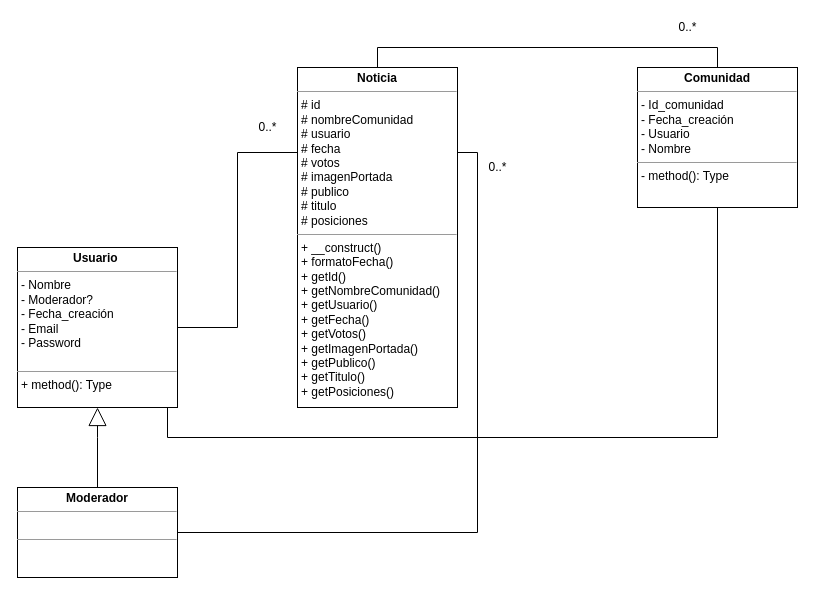
Tiinocm/ProyectoIntegrado keeps this draw.io diagram as diagramaClase.drawio. Above is the earlier version. Source tidied: cells renumbered, new cells numbered last; positions are measured from the earlier drawing's top-left corner, leaving out a move shared by most shapes. Both pictures are drawn from the tidied source at 100%, with x=0, y=0 at pixel (17, 17).
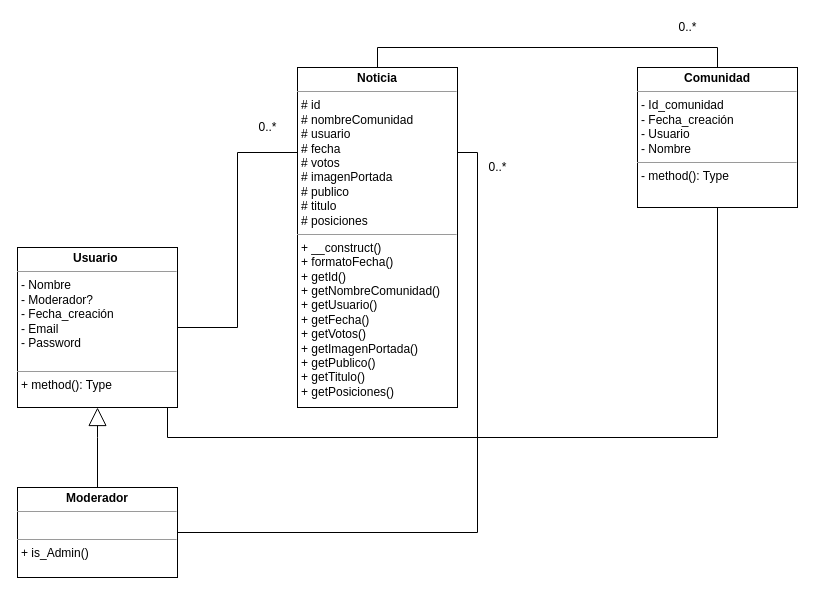
Above is the later version.

Commit message:
Actualizado esquema de clases

Diff of the diagram source:
```diff
@@
 <mxGraphModel>
   <root>
     <mxCell id="0" />
     <mxCell id="1" parent="0" />
     <mxCell id="2" style="edgeStyle=orthogonalEdgeStyle;rounded=0;jettySize=auto;html=1;exitX=1;exitY=0.25;exitDx=0;exitDy=0;endArrow=none;endFill=0;entryX=1;entryY=0.5;entryDx=0;entryDy=0;" parent="1" edge="1" source="3" target="9">
       <mxGeometry relative="1" as="geometry" />
     </mxCell>
     <mxCell id="3" value="&lt;p style=&quot;margin: 0px ; margin-top: 4px ; text-align: center&quot;&gt;&lt;b&gt;Noticia&lt;/b&gt;&lt;/p&gt;&lt;hr size=&quot;1&quot;&gt;&lt;p style=&quot;margin: 0px ; margin-left: 4px&quot;&gt;# id&lt;br&gt;&lt;/p&gt;&lt;p style=&quot;margin: 0px ; margin-left: 4px&quot;&gt;# nombreComunidad&lt;br&gt;&lt;/p&gt;&lt;p style=&quot;margin: 0px ; margin-left: 4px&quot;&gt;# usuario&lt;br&gt;&lt;/p&gt;&lt;p style=&quot;margin: 0px ; margin-left: 4px&quot;&gt;# fecha&lt;br&gt;&lt;/p&gt;&lt;p style=&quot;margin: 0px ; margin-left: 4px&quot;&gt;# votos&lt;br&gt;&lt;/p&gt;&lt;p style=&quot;margin: 0px ; margin-left: 4px&quot;&gt;# imagenPortada&lt;br&gt;&lt;/p&gt;&lt;p style=&quot;margin: 0px ; margin-left: 4px&quot;&gt;# publico&lt;br&gt;&lt;/p&gt;&lt;p style=&quot;margin: 0px ; margin-left: 4px&quot;&gt;# titulo&lt;br&gt;&lt;/p&gt;&lt;p style=&quot;margin: 0px ; margin-left: 4px&quot;&gt;# posiciones&lt;br&gt;&lt;/p&gt;&lt;hr size=&quot;1&quot;&gt;&lt;p style=&quot;margin: 0px ; margin-left: 4px&quot;&gt;+ __construct()&lt;/p&gt;&lt;p style=&quot;margin: 0px ; margin-left: 4px&quot;&gt;+ formatoFecha()&lt;/p&gt;&lt;p style=&quot;margin: 0px ; margin-left: 4px&quot;&gt;+ getId()&lt;/p&gt;&lt;p style=&quot;margin: 0px ; margin-left: 4px&quot;&gt;+ getNombreComunidad()&lt;/p&gt;&lt;p style=&quot;margin: 0px ; margin-left: 4px&quot;&gt;+ getUsuario()&lt;/p&gt;&lt;p style=&quot;margin: 0px ; margin-left: 4px&quot;&gt;+ getFecha()&lt;/p&gt;&lt;p style=&quot;margin: 0px ; margin-left: 4px&quot;&gt;+ getVotos()&lt;/p&gt;&lt;p style=&quot;margin: 0px ; margin-left: 4px&quot;&gt;+ getImagenPortada()&lt;/p&gt;&lt;p style=&quot;margin: 0px ; margin-left: 4px&quot;&gt;+ getPublico()&lt;/p&gt;&lt;p style=&quot;margin: 0px ; margin-left: 4px&quot;&gt;+ getTitulo()&lt;/p&gt;&lt;p style=&quot;margin: 0px ; margin-left: 4px&quot;&gt;+ getPosiciones()&lt;/p&gt;" style="verticalAlign=top;align=left;overflow=fill;fontSize=12;fontFamily=Helvetica;html=1;" parent="1" vertex="1">
       <mxGeometry x="280" y="50" width="160" height="340" as="geometry" />
     </mxCell>
     <mxCell id="4" style="edgeStyle=orthogonalEdgeStyle;rounded=0;jettySize=auto;html=1;exitX=0.5;exitY=0;exitDx=0;exitDy=0;entryX=0.5;entryY=0;entryDx=0;entryDy=0;endArrow=none;endFill=0;" parent="1" edge="1" source="5" target="3">
       <mxGeometry relative="1" as="geometry" />
     </mxCell>
     <mxCell id="5" value="&lt;p style=&quot;margin:0px;margin-top:4px;text-align:center;&quot;&gt;&lt;b&gt;Comunidad&lt;/b&gt;&lt;/p&gt;&lt;hr size=&quot;1&quot;&gt;&lt;p style=&quot;margin:0px;margin-left:4px;&quot;&gt;- Id_comunidad&lt;/p&gt;&lt;p style=&quot;margin:0px;margin-left:4px;&quot;&gt;- Fecha_creación&lt;/p&gt;&lt;p style=&quot;margin:0px;margin-left:4px;&quot;&gt;- Usuario&amp;nbsp;&lt;/p&gt;&lt;p style=&quot;margin:0px;margin-left:4px;&quot;&gt;- Nombre&lt;/p&gt;&lt;hr size=&quot;1&quot;&gt;&lt;p style=&quot;margin:0px;margin-left:4px;&quot;&gt;- method(): Type&lt;/p&gt;" style="verticalAlign=top;align=left;overflow=fill;fontSize=12;fontFamily=Helvetica;html=1;" parent="1" vertex="1">
       <mxGeometry x="620" y="50" width="160" height="140" as="geometry" />
     </mxCell>
     <mxCell id="6" style="edgeStyle=orthogonalEdgeStyle;rounded=0;jettySize=auto;html=1;exitX=1;exitY=0.5;exitDx=0;exitDy=0;entryX=0;entryY=0.25;entryDx=0;entryDy=0;endArrow=none;endFill=0;" parent="1" edge="1" source="8" target="3">
       <mxGeometry relative="1" as="geometry" />
     </mxCell>
     <mxCell id="7" style="edgeStyle=orthogonalEdgeStyle;rounded=0;jettySize=auto;html=1;exitX=1;exitY=0.75;exitDx=0;exitDy=0;entryX=0.5;entryY=1;entryDx=0;entryDy=0;endArrow=none;endFill=0;" parent="1" edge="1" source="8" target="5">
       <mxGeometry relative="1" as="geometry">
         <Array as="points">
           <mxPoint x="150" y="420" />
           <mxPoint x="700" y="420" />
         </Array>
       </mxGeometry>
     </mxCell>
     <mxCell id="8" value="&lt;p style=&quot;margin:0px;margin-top:4px;text-align:center;&quot;&gt;&lt;b&gt;Usuario&amp;nbsp;&lt;/b&gt;&lt;/p&gt;&lt;hr size=&quot;1&quot;&gt;&lt;p style=&quot;margin:0px;margin-left:4px;&quot;&gt;- Nombre&lt;/p&gt;&lt;p style=&quot;margin:0px;margin-left:4px;&quot;&gt;- Moderador?&lt;/p&gt;&lt;p style=&quot;margin:0px;margin-left:4px;&quot;&gt;- Fecha_creación&lt;/p&gt;&lt;p style=&quot;margin:0px;margin-left:4px;&quot;&gt;- Email&lt;/p&gt;&lt;p style=&quot;margin:0px;margin-left:4px;&quot;&gt;- Password&lt;/p&gt;&lt;p style=&quot;margin:0px;margin-left:4px;&quot;&gt;&lt;br&gt;&lt;/p&gt;&lt;hr size=&quot;1&quot;&gt;&lt;p style=&quot;margin:0px;margin-left:4px;&quot;&gt;+ method(): Type&lt;/p&gt;" style="verticalAlign=top;align=left;overflow=fill;fontSize=12;fontFamily=Helvetica;html=1;" parent="1" vertex="1">
       <mxGeometry y="230" width="160" height="160" as="geometry" />
     </mxCell>
-    <mxCell id="9" value="&lt;p style=&quot;margin:0px;margin-top:4px;text-align:center;&quot;&gt;&lt;b&gt;Moderador&lt;/b&gt;&lt;/p&gt;&lt;hr size=&quot;1&quot;&gt;&lt;p style=&quot;margin:0px;margin-left:4px;&quot;&gt;&lt;br&gt;&lt;/p&gt;&lt;hr size=&quot;1&quot;&gt;&lt;p style=&quot;margin:0px;margin-left:4px;&quot;&gt;&lt;br&gt;&lt;/p&gt;" style="verticalAlign=top;align=left;overflow=fill;fontSize=12;fontFamily=Helvetica;html=1;" parent="1" vertex="1">
+    <mxCell id="9" value="&lt;p style=&quot;margin:0px;margin-top:4px;text-align:center;&quot;&gt;&lt;b&gt;Moderador&lt;/b&gt;&lt;/p&gt;&lt;hr size=&quot;1&quot;&gt;&lt;p style=&quot;margin:0px;margin-left:4px;&quot;&gt;&lt;br&gt;&lt;/p&gt;&lt;hr size=&quot;1&quot;&gt;&lt;p style=&quot;margin:0px;margin-left:4px;&quot;&gt;+ is_Admin()&lt;/p&gt;" style="verticalAlign=top;align=left;overflow=fill;fontSize=12;fontFamily=Helvetica;html=1;" parent="1" vertex="1">
       <mxGeometry y="470" width="160" height="90" as="geometry" />
     </mxCell>
     <mxCell id="10" style="endArrow=block;endSize=16;endFill=0;html=1;rounded=0;exitX=0.5;exitY=0;exitDx=0;exitDy=0;entryX=0.5;entryY=1;entryDx=0;entryDy=0;" parent="1" edge="1" source="9" target="8">
       <mxGeometry relative="1" as="geometry">
         <Array as="points">
           <mxPoint x="80" y="420" />
         </Array>
       </mxGeometry>
     </mxCell>
     <mxCell id="11" value="0..*" style="text;html=1;align=center;verticalAlign=middle;strokeColor=none;fillColor=none;" parent="1" vertex="1">
       <mxGeometry x="235" y="100" width="30" height="20" as="geometry" />
     </mxCell>
     <mxCell id="12" value="0..*" style="text;html=1;align=center;verticalAlign=middle;strokeColor=none;fillColor=none;" parent="1" vertex="1">
       <mxGeometry x="465" y="140" width="30" height="20" as="geometry" />
     </mxCell>
     <mxCell id="13" value="0..*" style="text;html=1;align=center;verticalAlign=middle;strokeColor=none;fillColor=none;" parent="1" vertex="1">
       <mxGeometry x="655" width="30" height="20" as="geometry" />
     </mxCell>
   </root>
 </mxGraphModel>
```
